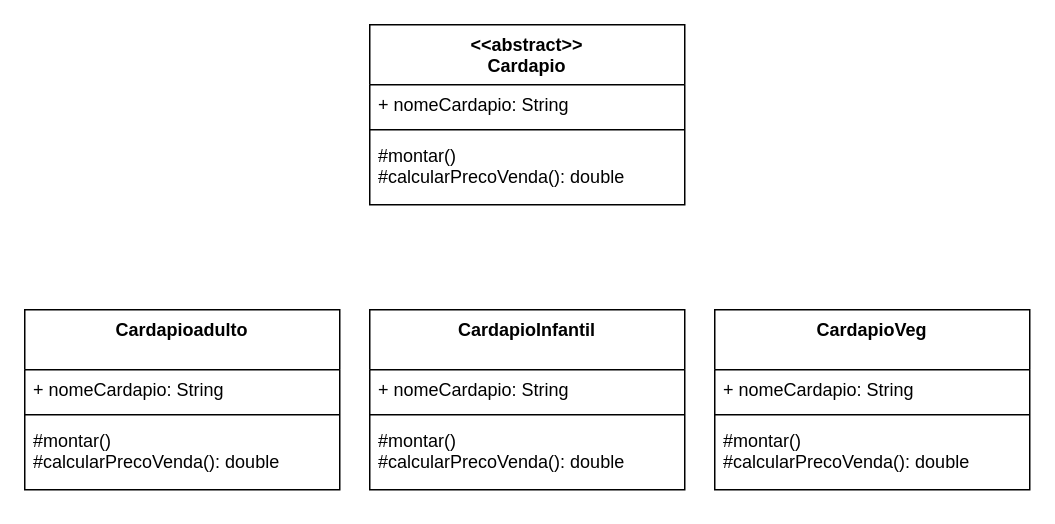
Earlier version of the draw.io diagram Aula02Pratica/mesa.drawio (moreirafelipe/dh-backend). Source tidied: cells renumbered, new cells numbered last; positions are measured from the earlier drawing's top-left corner, leaving out a move shared by most shapes. Both pictures are drawn from the tidied source at 150%, with x=0, y=0 at pixel (24, 24).
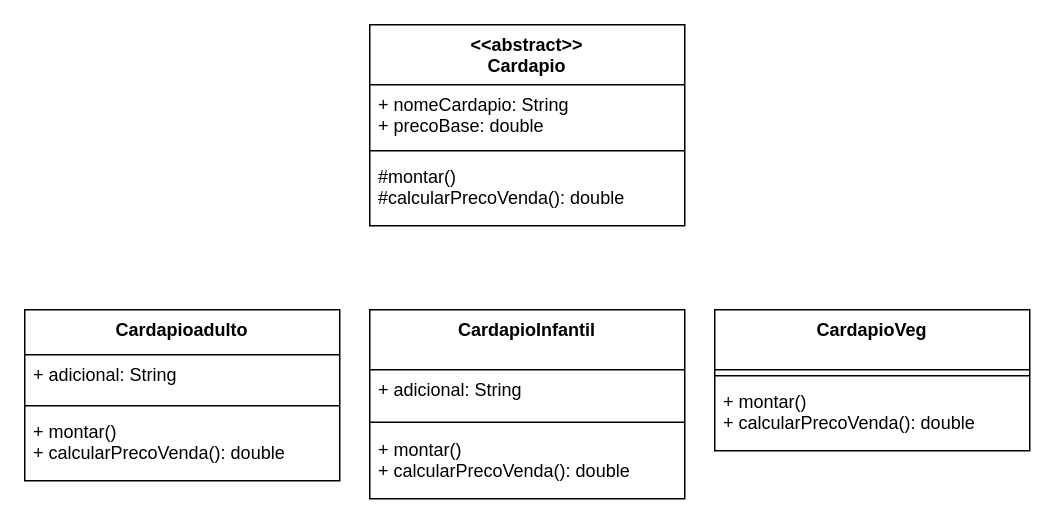
The same page after the edit.

The edit, as a diff of the source:
```diff
@@
 <mxGraphModel>
   <root>
     <mxCell id="0" />
     <mxCell id="1" parent="0" />
     <mxCell id="2" value="&lt;&lt;abstract&gt;&gt;&#10;Cardapio" style="swimlane;fontStyle=1;align=center;verticalAlign=top;horizontal=1;startSize=40;" parent="1" vertex="1">
-      <mxGeometry x="230" width="210" height="120" as="geometry" />
+      <mxGeometry x="230" width="210" height="134" as="geometry" />
     </mxCell>
-    <mxCell id="3" value="+ nomeCardapio: String" style="text;strokeColor=none;fillColor=none;align=left;verticalAlign=top;spacingLeft=4;spacingRight=4;overflow=hidden;" parent="2" vertex="1">
-      <mxGeometry y="40" width="210" height="26" as="geometry" />
+    <mxCell id="3" value="+ nomeCardapio: String&#10;+ precoBase: double" style="text;strokeColor=none;fillColor=none;align=left;verticalAlign=top;spacingLeft=4;spacingRight=4;overflow=hidden;" parent="2" vertex="1">
+      <mxGeometry y="40" width="210" height="40" as="geometry" />
     </mxCell>
     <mxCell id="4" style="line;strokeWidth=1;fillColor=none;align=left;verticalAlign=middle;spacingTop=-1;spacingLeft=3;spacingRight=3;labelPosition=right;" parent="2" vertex="1">
-      <mxGeometry y="66" width="210" height="8" as="geometry" />
+      <mxGeometry y="80" width="210" height="8" as="geometry" />
     </mxCell>
     <mxCell id="5" value="#montar()&#10;#calcularPrecoVenda(): double" style="text;strokeColor=none;fillColor=none;align=left;verticalAlign=top;spacingLeft=4;spacingRight=4;overflow=hidden;" parent="2" vertex="1">
-      <mxGeometry y="74" width="210" height="46" as="geometry" />
+      <mxGeometry y="88" width="210" height="46" as="geometry" />
     </mxCell>
-    <mxCell id="6" value="Cardapioadulto" style="swimlane;fontStyle=1;align=center;verticalAlign=top;horizontal=1;startSize=40;" parent="1" vertex="1">
-      <mxGeometry y="190" width="210" height="120" as="geometry" />
+    <mxCell id="6" value="Cardapioadulto" style="swimlane;fontStyle=1;align=center;verticalAlign=top;horizontal=1;startSize=30;" parent="1" vertex="1">
+      <mxGeometry y="190" width="210" height="114" as="geometry" />
     </mxCell>
-    <mxCell id="7" value="+ nomeCardapio: String" style="text;strokeColor=none;fillColor=none;align=left;verticalAlign=top;spacingLeft=4;spacingRight=4;overflow=hidden;" parent="6" vertex="1">
-      <mxGeometry y="40" width="210" height="26" as="geometry" />
-    </mxCell>
+    <mxCell id="18" value="+ adicional: String" style="text;strokeColor=none;fillColor=none;align=left;verticalAlign=top;spacingLeft=4;spacingRight=4;overflow=hidden;" parent="6" vertex="1">
+      <mxGeometry y="30" width="210" height="30" as="geometry" />
+    </mxCell>
     <mxCell id="8" style="line;strokeWidth=1;fillColor=none;align=left;verticalAlign=middle;spacingTop=-1;spacingLeft=3;spacingRight=3;labelPosition=right;" parent="6" vertex="1">
-      <mxGeometry y="66" width="210" height="8" as="geometry" />
+      <mxGeometry y="60" width="210" height="8" as="geometry" />
     </mxCell>
-    <mxCell id="9" value="#montar()&#10;#calcularPrecoVenda(): double" style="text;strokeColor=none;fillColor=none;align=left;verticalAlign=top;spacingLeft=4;spacingRight=4;overflow=hidden;" parent="6" vertex="1">
-      <mxGeometry y="74" width="210" height="46" as="geometry" />
+    <mxCell id="9" value="+ montar()&#10;+ calcularPrecoVenda(): double" style="text;strokeColor=none;fillColor=none;align=left;verticalAlign=top;spacingLeft=4;spacingRight=4;overflow=hidden;" parent="6" vertex="1">
+      <mxGeometry y="68" width="210" height="46" as="geometry" />
     </mxCell>
     <mxCell id="10" value="CardapioInfantil" style="swimlane;fontStyle=1;align=center;verticalAlign=top;horizontal=1;startSize=40;" parent="1" vertex="1">
-      <mxGeometry x="230" y="190" width="210" height="120" as="geometry" />
+      <mxGeometry x="230" y="190" width="210" height="126" as="geometry" />
     </mxCell>
-    <mxCell id="11" value="+ nomeCardapio: String" style="text;strokeColor=none;fillColor=none;align=left;verticalAlign=top;spacingLeft=4;spacingRight=4;overflow=hidden;" parent="10" vertex="1">
-      <mxGeometry y="40" width="210" height="26" as="geometry" />
-    </mxCell>
+    <mxCell id="19" value="+ adicional: String" style="text;strokeColor=none;fillColor=none;align=left;verticalAlign=top;spacingLeft=4;spacingRight=4;overflow=hidden;" parent="10" vertex="1">
+      <mxGeometry y="40" width="210" height="30" as="geometry" />
+    </mxCell>
     <mxCell id="12" style="line;strokeWidth=1;fillColor=none;align=left;verticalAlign=middle;spacingTop=-1;spacingLeft=3;spacingRight=3;labelPosition=right;" parent="10" vertex="1">
-      <mxGeometry y="66" width="210" height="8" as="geometry" />
+      <mxGeometry y="70" width="210" height="10" as="geometry" />
     </mxCell>
-    <mxCell id="13" value="#montar()&#10;#calcularPrecoVenda(): double" style="text;strokeColor=none;fillColor=none;align=left;verticalAlign=top;spacingLeft=4;spacingRight=4;overflow=hidden;" parent="10" vertex="1">
-      <mxGeometry y="74" width="210" height="46" as="geometry" />
+    <mxCell id="13" value="+ montar()&#10;+ calcularPrecoVenda(): double" style="text;strokeColor=none;fillColor=none;align=left;verticalAlign=top;spacingLeft=4;spacingRight=4;overflow=hidden;" parent="10" vertex="1">
+      <mxGeometry y="80" width="210" height="46" as="geometry" />
     </mxCell>
     <mxCell id="14" value="CardapioVeg" style="swimlane;fontStyle=1;align=center;verticalAlign=top;horizontal=1;startSize=40;" parent="1" vertex="1">
-      <mxGeometry x="460" y="190" width="210" height="120" as="geometry" />
+      <mxGeometry x="460" y="190" width="210" height="94" as="geometry" />
     </mxCell>
-    <mxCell id="15" value="+ nomeCardapio: String" style="text;strokeColor=none;fillColor=none;align=left;verticalAlign=top;spacingLeft=4;spacingRight=4;overflow=hidden;" parent="14" vertex="1">
-      <mxGeometry y="40" width="210" height="26" as="geometry" />
-    </mxCell>
     <mxCell id="16" style="line;strokeWidth=1;fillColor=none;align=left;verticalAlign=middle;spacingTop=-1;spacingLeft=3;spacingRight=3;labelPosition=right;" parent="14" vertex="1">
-      <mxGeometry y="66" width="210" height="8" as="geometry" />
+      <mxGeometry y="40" width="210" height="8" as="geometry" />
     </mxCell>
-    <mxCell id="17" value="#montar()&#10;#calcularPrecoVenda(): double" style="text;strokeColor=none;fillColor=none;align=left;verticalAlign=top;spacingLeft=4;spacingRight=4;overflow=hidden;" parent="14" vertex="1">
-      <mxGeometry y="74" width="210" height="46" as="geometry" />
+    <mxCell id="17" value="+ montar()&#10;+ calcularPrecoVenda(): double" style="text;strokeColor=none;fillColor=none;align=left;verticalAlign=top;spacingLeft=4;spacingRight=4;overflow=hidden;" parent="14" vertex="1">
+      <mxGeometry y="48" width="210" height="46" as="geometry" />
     </mxCell>
   </root>
 </mxGraphModel>
```
